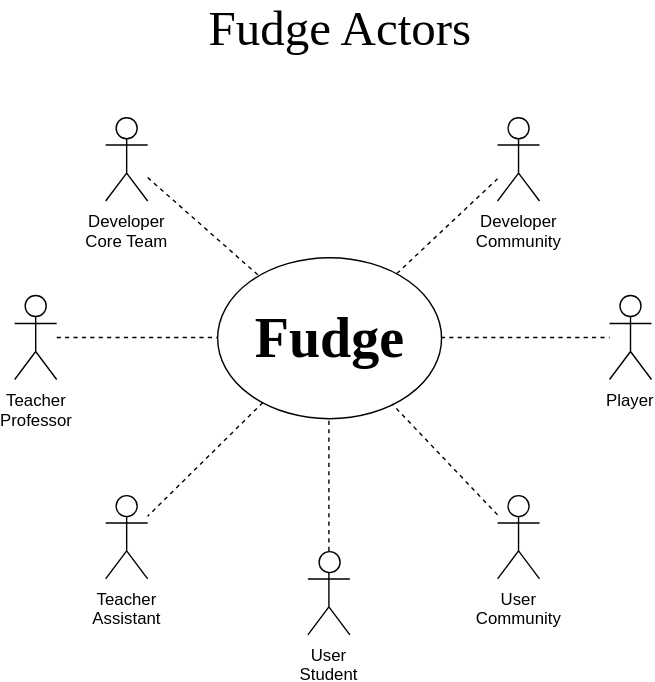
Earlier version of the draw.io export Design/Actors.svg (JirkaDellOro/FUDGE). Source tidied: cells renumbered, new cells last; positions are measured from the earlier drawing's top-left corner, leaving out a move shared by most shapes. Source of this version:
```xml
<mxGraphModel background="#ffffff">
  <root>
    <mxCell id="0" />
    <mxCell id="1" parent="0" />
    <mxCell id="2" value="Developer&lt;br&gt;Core Team&lt;br&gt;" style="shape=umlActor;verticalLabelPosition=bottom;labelBackgroundColor=#ffffff;verticalAlign=top;html=1;outlineConnect=0;" parent="1" vertex="1">
      <mxGeometry x="65" y="73" width="30" height="60" as="geometry" />
    </mxCell>
    <mxCell id="3" value="Fudge Actors" style="text;html=1;strokeColor=none;fillColor=none;align=center;verticalAlign=middle;whiteSpace=wrap;rounded=0;fontSize=35;fontFamily=Vivaldi;" parent="1" vertex="1">
      <mxGeometry x="104.5" width="240" height="20" as="geometry" />
    </mxCell>
    <mxCell id="4" value="Developer&lt;br&gt;Community&lt;br&gt;" style="shape=umlActor;verticalLabelPosition=bottom;labelBackgroundColor=#ffffff;verticalAlign=top;html=1;outlineConnect=0;" parent="1" vertex="1">
      <mxGeometry x="345" y="73" width="30" height="60" as="geometry" />
    </mxCell>
    <mxCell id="5" value="&lt;span style=&quot;background-color: rgb(255 , 255 , 255)&quot;&gt;User&lt;br&gt;Student&lt;/span&gt;&lt;br&gt;" style="shape=umlActor;verticalLabelPosition=bottom;labelBackgroundColor=#ffffff;verticalAlign=top;html=1;outlineConnect=0;" parent="1" vertex="1">
      <mxGeometry x="209.5" y="383" width="30" height="60" as="geometry" />
    </mxCell>
    <mxCell id="6" value="Teacher&lt;br&gt;Professor&lt;br&gt;" style="shape=umlActor;verticalLabelPosition=bottom;labelBackgroundColor=#ffffff;verticalAlign=top;html=1;outlineConnect=0;" parent="1" vertex="1">
      <mxGeometry y="200.5" width="30" height="60" as="geometry" />
    </mxCell>
    <mxCell id="7" value="Player&lt;br&gt;" style="shape=umlActor;verticalLabelPosition=bottom;labelBackgroundColor=#ffffff;verticalAlign=top;html=1;outlineConnect=0;direction=east;" parent="1" vertex="1">
      <mxGeometry x="425" y="200.5" width="30" height="60" as="geometry" />
    </mxCell>
    <mxCell id="8" value="User&lt;br&gt;Community&lt;br&gt;" style="shape=umlActor;verticalLabelPosition=bottom;labelBackgroundColor=#ffffff;verticalAlign=top;html=1;outlineConnect=0;" parent="1" vertex="1">
      <mxGeometry x="345" y="343" width="30" height="60" as="geometry" />
    </mxCell>
    <mxCell id="9" value="Teacher&lt;br&gt;Assistant&lt;br&gt;" style="shape=umlActor;verticalLabelPosition=bottom;labelBackgroundColor=#ffffff;verticalAlign=top;html=1;outlineConnect=0;" parent="1" vertex="1">
      <mxGeometry x="65" y="343" width="30" height="60" as="geometry" />
    </mxCell>
    <mxCell id="10" value="&lt;h1&gt;&lt;font style=&quot;font-size: 40px&quot;&gt;Fudge&lt;/font&gt;&lt;/h1&gt;" style="ellipse;whiteSpace=wrap;html=1;fontFamily=Vivaldi;" parent="1" vertex="1">
      <mxGeometry x="144.5" y="173" width="160" height="115" as="geometry" />
    </mxCell>
    <mxCell id="11" style="endArrow=none;dashed=1;html=1;" parent="1" edge="1" source="10" target="9">
      <mxGeometry relative="1" as="geometry" />
    </mxCell>
    <mxCell id="12" style="endArrow=none;dashed=1;html=1;" parent="1" edge="1" source="2" target="10">
      <mxGeometry relative="1" as="geometry" />
    </mxCell>
    <mxCell id="13" style="endArrow=none;dashed=1;html=1;" parent="1" edge="1" source="10" target="4">
      <mxGeometry relative="1" as="geometry" />
    </mxCell>
    <mxCell id="14" style="endArrow=none;dashed=1;html=1;" parent="1" edge="1" source="8" target="10">
      <mxGeometry relative="1" as="geometry" />
    </mxCell>
    <mxCell id="15" style="endArrow=none;dashed=1;html=1;" parent="1" edge="1" source="10" target="7">
      <mxGeometry relative="1" as="geometry" />
    </mxCell>
    <mxCell id="16" style="endArrow=none;dashed=1;html=1;" parent="1" edge="1" source="6" target="10">
      <mxGeometry relative="1" as="geometry" />
    </mxCell>
    <mxCell id="17" style="endArrow=none;dashed=1;html=1;" parent="1" edge="1" source="5" target="10">
      <mxGeometry relative="1" as="geometry" />
    </mxCell>
  </root>
</mxGraphModel>
```
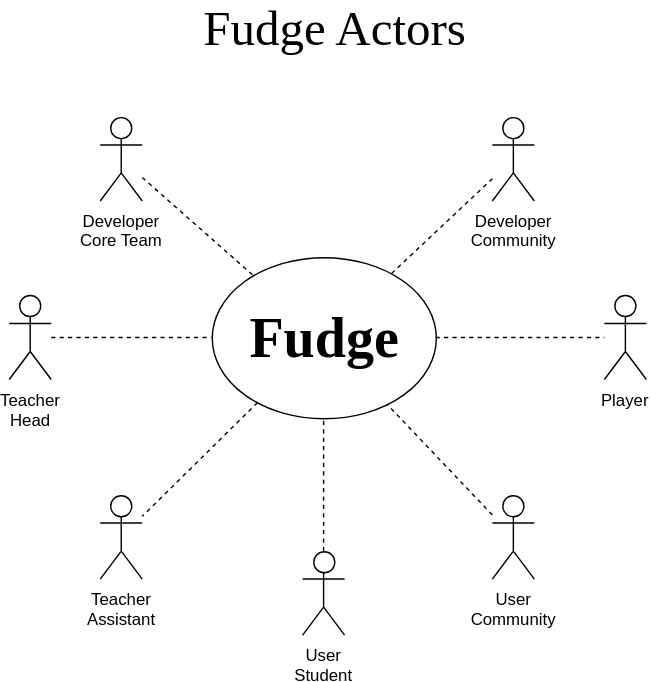
The same file after the commit.

Commit message:
Prof -> Head

Change to the diagram source:
```diff
@@ -14,7 +14,7 @@
     <mxCell id="5" value="&lt;span style=&quot;background-color: rgb(255 , 255 , 255)&quot;&gt;User&lt;br&gt;Student&lt;/span&gt;&lt;br&gt;" style="shape=umlActor;verticalLabelPosition=bottom;labelBackgroundColor=#ffffff;verticalAlign=top;html=1;outlineConnect=0;" parent="1" vertex="1">
       <mxGeometry x="209.5" y="383" width="30" height="60" as="geometry" />
     </mxCell>
-    <mxCell id="6" value="Teacher&lt;br&gt;Professor&lt;br&gt;" style="shape=umlActor;verticalLabelPosition=bottom;labelBackgroundColor=#ffffff;verticalAlign=top;html=1;outlineConnect=0;" parent="1" vertex="1">
+    <mxCell id="6" value="Teacher&lt;br&gt;Head&lt;br&gt;" style="shape=umlActor;verticalLabelPosition=bottom;labelBackgroundColor=#ffffff;verticalAlign=top;html=1;outlineConnect=0;" parent="1" vertex="1">
       <mxGeometry y="200.5" width="30" height="60" as="geometry" />
     </mxCell>
     <mxCell id="7" value="Player&lt;br&gt;" style="shape=umlActor;verticalLabelPosition=bottom;labelBackgroundColor=#ffffff;verticalAlign=top;html=1;outlineConnect=0;direction=east;" parent="1" vertex="1">
```
